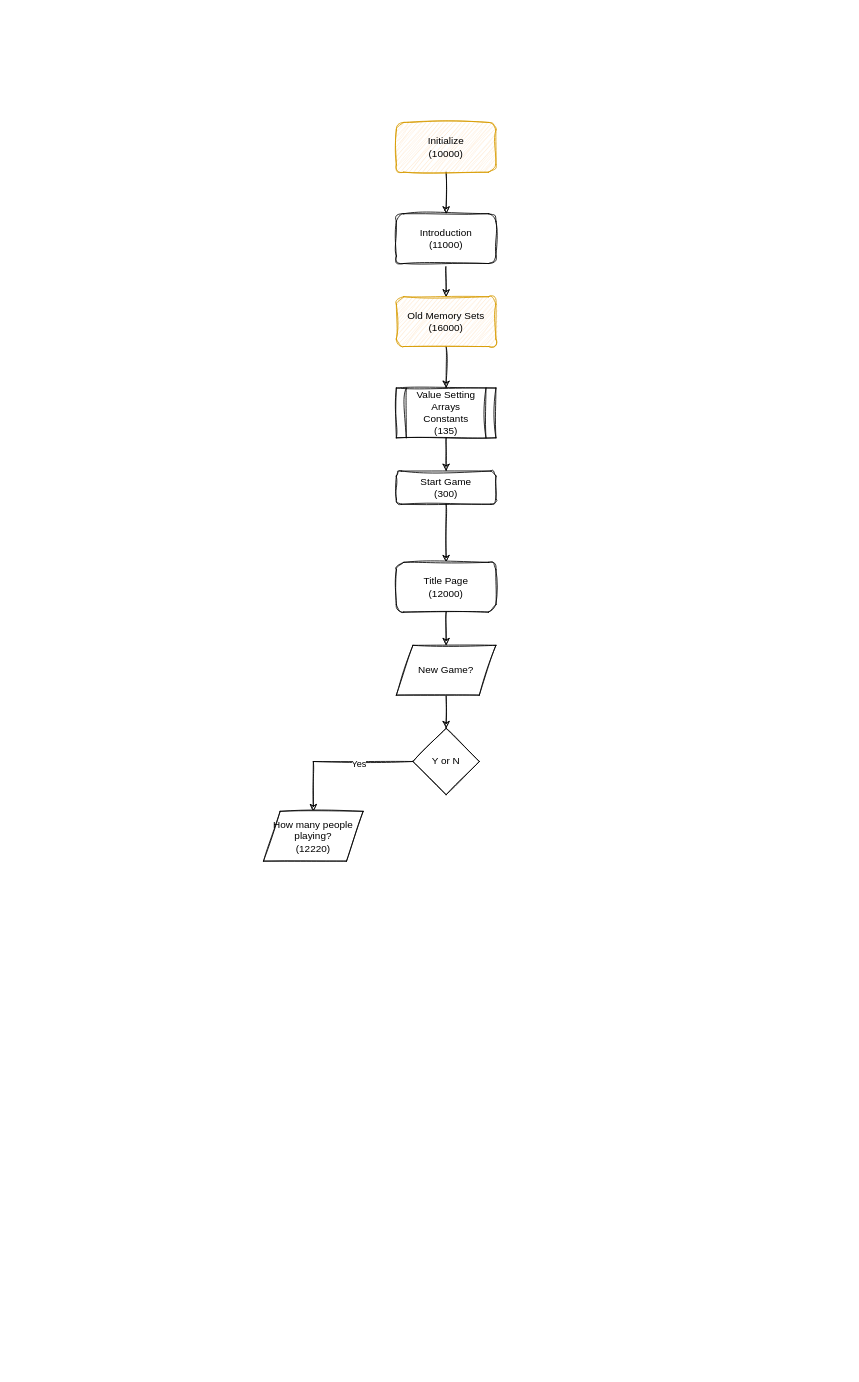
The draw.io diagram Lemonade Stand.drawio in sansoo1972/lemonadePort, before the edit. Source tidied: cells renumbered, new cells numbered last; positions are measured from the earlier drawing's top-left corner, leaving out a move shared by most shapes. Both pictures are drawn from the tidied source at 83%, with x=0, y=0 at pixel (263, 122).
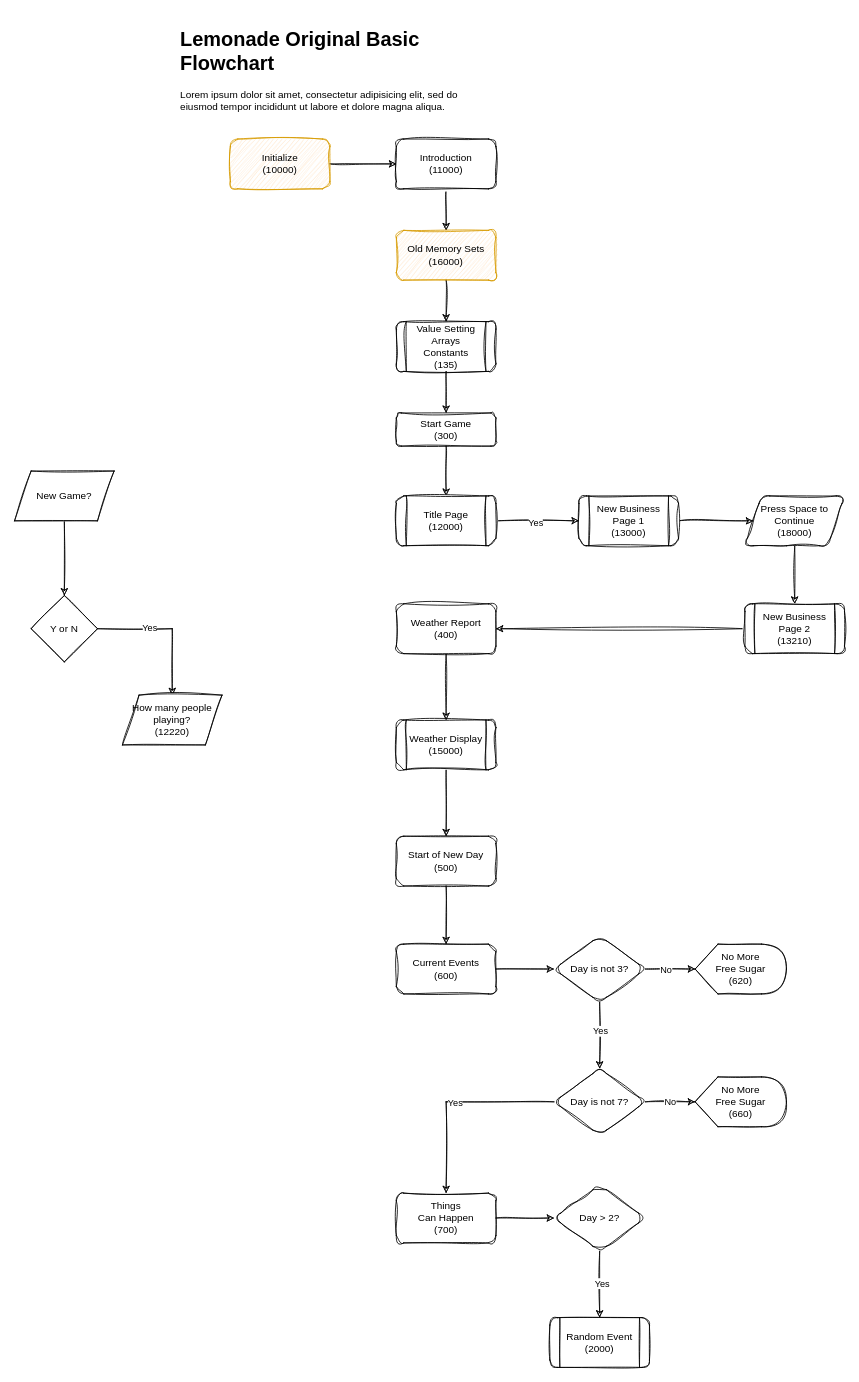
Above is the later version.

Commit message:
Updted flowchart

Change to the diagram source:
```diff
@@
     <mxCell id="3" value="Start Game&lt;br&gt;(300)" style="rounded=1;whiteSpace=wrap;html=1;fontSize=12;glass=0;strokeWidth=1;shadow=0;fontFamily=Ink Free;sketch=1;curveFitting=1;jiggle=2;" parent="1" vertex="1">
-      <mxGeometry x="160" y="420" width="120" height="40" as="geometry" />
+      <mxGeometry x="160" y="350" width="120" height="40" as="geometry" />
     </mxCell>
@@
-    <mxCell id="5" value="Value Setting&lt;br&gt;Arrays&lt;br&gt;Constants&lt;br&gt;(135)" style="shape=process;whiteSpace=wrap;html=1;backgroundOutline=1;fontFamily=Ink Free;sketch=1;curveFitting=1;jiggle=2;" parent="1" vertex="1">
-      <mxGeometry x="160" y="320" width="120" height="60" as="geometry" />
+    <mxCell id="5" value="Value Setting&lt;br&gt;Arrays&lt;br&gt;Constants&lt;br&gt;(135)" style="shape=process;whiteSpace=wrap;html=1;backgroundOutline=1;fontFamily=Ink Free;sketch=1;curveFitting=1;jiggle=2;rounded=1;" parent="1" vertex="1">
+      <mxGeometry x="160" y="240" width="120" height="60" as="geometry" />
     </mxCell>
@@
     <mxCell id="7" value="Initialize&lt;br&gt;(10000)" style="rounded=1;whiteSpace=wrap;html=1;fontFamily=Ink Free;fillColor=#ffe6cc;strokeColor=#d79b00;sketch=1;curveFitting=1;jiggle=2;" parent="1" vertex="1">
-      <mxGeometry x="160" width="120" height="60" as="geometry" />
+      <mxGeometry x="-40" y="20" width="120" height="60" as="geometry" />
     </mxCell>
@@
     <mxCell id="9" value="Introduction&lt;br&gt;(11000)" style="rounded=1;whiteSpace=wrap;html=1;fontFamily=Ink Free;sketch=1;curveFitting=1;jiggle=2;" parent="1" vertex="1">
-      <mxGeometry x="160" y="110" width="120" height="60" as="geometry" />
+      <mxGeometry x="160" y="20" width="120" height="60" as="geometry" />
     </mxCell>
@@
     <mxCell id="11" value="Old Memory Sets&lt;br&gt;(16000)" style="rounded=1;whiteSpace=wrap;html=1;fontFamily=Ink Free;fillColor=#ffe6cc;strokeColor=#d79b00;sketch=1;curveFitting=1;jiggle=2;" parent="1" vertex="1">
-      <mxGeometry x="160" y="210" width="120" height="60" as="geometry" />
+      <mxGeometry x="160" y="130" width="120" height="60" as="geometry" />
     </mxCell>
-    <mxCell id="12" style="edgeStyle=orthogonalEdgeStyle;rounded=0;sketch=1;jettySize=auto;html=1;fontFamily=Ink Free;" parent="1" edge="1" source="13" target="15">
-      <mxGeometry relative="1" as="geometry" />
-    </mxCell>
-    <mxCell id="13" value="Title Page&lt;br&gt;(12000)" style="whiteSpace=wrap;html=1;fontFamily=Ink Free;rounded=1;glass=0;strokeWidth=1;shadow=0;sketch=1;curveFitting=1;jiggle=2;" parent="1" vertex="1">
-      <mxGeometry x="160" y="530" width="120" height="60" as="geometry" />
-    </mxCell>
@@
     <mxCell id="15" value="New Game?" style="shape=parallelogram;perimeter=parallelogramPerimeter;whiteSpace=wrap;html=1;fixedSize=1;sketch=1;fontFamily=Ink Free;" parent="1" vertex="1">
-      <mxGeometry x="160" y="630" width="120" height="60" as="geometry" />
+      <mxGeometry x="-300" y="420" width="120" height="60" as="geometry" />
     </mxCell>
@@
     <mxCell id="18" value="Y or N" style="rhombus;whiteSpace=wrap;html=1;sketch=1;fontFamily=Ink Free;" parent="1" vertex="1">
-      <mxGeometry x="180" y="730" width="80" height="80" as="geometry" />
+      <mxGeometry x="-280" y="570" width="80" height="80" as="geometry" />
     </mxCell>
-    <mxCell id="19" value="How many people playing?&lt;br&gt;(12220)" style="shape=parallelogram;perimeter=parallelogramPerimeter;whiteSpace=wrap;html=1;fixedSize=1;sketch=1;fontFamily=Ink Free;" parent="1" vertex="1">
-      <mxGeometry y="830" width="120" height="60" as="geometry" />
+    <mxCell id="19" value="How many people playing?&lt;br&gt;(12220)" style="shape=parallelogram;perimeter=parallelogramPerimeter;whiteSpace=wrap;html=1;fixedSize=1;sketch=1;fontFamily=Ink Free;curveFitting=1;jiggle=2;" parent="1" vertex="1">
+      <mxGeometry x="-170" y="690" width="120" height="60" as="geometry" />
     </mxCell>
+    <mxCell id="20" style="edgeStyle=orthogonalEdgeStyle;rounded=0;jettySize=auto;html=1;fontFamily=Ink Free;sketch=1;curveFitting=1;jiggle=2;" parent="1" edge="1" source="22" target="26">
+      <mxGeometry relative="1" as="geometry" />
+    </mxCell>
+    <mxCell id="21" value="&lt;h1&gt;&lt;font&gt;Lemonade Original Basic Flowchart&lt;/font&gt;&lt;/h1&gt;&lt;p&gt;&lt;font&gt;Lorem ipsum dolor sit amet, consectetur adipisicing elit, sed do eiusmod tempor incididunt ut labore et dolore magna aliqua.&lt;/font&gt;&lt;/p&gt;" style="text;html=1;strokeColor=none;fillColor=none;spacing=5;spacingTop=-20;whiteSpace=wrap;overflow=hidden;rounded=0;fontFamily=Ink Free;" parent="1" vertex="1">
+      <mxGeometry x="-105" y="-120" width="365" height="120" as="geometry" />
+    </mxCell>
+    <mxCell id="22" value="New Business&lt;br style=&quot;&quot;&gt;&lt;span style=&quot;&quot;&gt;Page 1&lt;br&gt;(13000)&lt;/span&gt;" style="shape=process;whiteSpace=wrap;html=1;backgroundOutline=1;rounded=1;fontFamily=Ink Free;sketch=1;curveFitting=1;jiggle=2;" parent="1" vertex="1">
+      <mxGeometry x="380" y="450" width="120" height="60" as="geometry" />
+    </mxCell>
+    <mxCell id="23" style="edgeStyle=orthogonalEdgeStyle;rounded=0;sketch=1;jettySize=auto;html=1;fontFamily=Ink Free;" parent="1" edge="1" source="13" target="22">
+      <mxGeometry relative="1" as="geometry" />
+    </mxCell>
+    <mxCell id="24" value="Yes" style="edgeLabel;html=1;align=center;verticalAlign=middle;fontFamily=Ink Free;" parent="23" vertex="1">
+      <mxGeometry x="-0.06" y="-2" relative="1" as="geometry" />
+    </mxCell>
+    <mxCell id="13" value="Title Page&lt;br&gt;(12000)" style="shape=process;whiteSpace=wrap;html=1;backgroundOutline=1;rounded=1;fontFamily=Ink Free;sketch=1;curveFitting=1;jiggle=2;" parent="1" vertex="1">
+      <mxGeometry x="160" y="450" width="120" height="60" as="geometry" />
+    </mxCell>
+    <mxCell id="25" style="edgeStyle=orthogonalEdgeStyle;rounded=0;sketch=1;jettySize=auto;html=1;fontFamily=Ink Free;" parent="1" edge="1" source="26" target="28">
+      <mxGeometry relative="1" as="geometry" />
+    </mxCell>
+    <mxCell id="26" value="Press Space to Continue&lt;br&gt;(18000)" style="shape=parallelogram;perimeter=parallelogramPerimeter;whiteSpace=wrap;html=1;fixedSize=1;rounded=1;fontFamily=Ink Free;sketch=1;curveFitting=1;jiggle=2;" parent="1" vertex="1">
+      <mxGeometry x="580" y="450" width="120" height="60" as="geometry" />
+    </mxCell>
+    <mxCell id="27" style="edgeStyle=orthogonalEdgeStyle;rounded=0;sketch=1;jettySize=auto;html=1;fontFamily=Ink Free;" parent="1" edge="1" source="28" target="34">
+      <mxGeometry relative="1" as="geometry" />
+    </mxCell>
+    <mxCell id="28" value="New Business&lt;br style=&quot;&quot;&gt;&lt;span style=&quot;&quot;&gt;Page 2&lt;br&gt;(13210)&lt;/span&gt;" style="shape=process;whiteSpace=wrap;html=1;backgroundOutline=1;rounded=1;fontFamily=Ink Free;sketch=1;curveFitting=1;jiggle=2;" parent="1" vertex="1">
+      <mxGeometry x="580" y="580" width="120" height="60" as="geometry" />
+    </mxCell>
+    <mxCell id="29" style="edgeStyle=orthogonalEdgeStyle;rounded=0;sketch=1;jettySize=auto;html=1;fontFamily=Ink Free;" parent="1" edge="1" source="30" target="32">
+      <mxGeometry relative="1" as="geometry" />
+    </mxCell>
+    <mxCell id="30" value="&lt;span style=&quot;&quot;&gt;Weather Display&lt;br&gt;(15000)&lt;/span&gt;" style="shape=process;whiteSpace=wrap;html=1;backgroundOutline=1;rounded=1;fontFamily=Ink Free;sketch=1;curveFitting=1;jiggle=2;" parent="1" vertex="1">
+      <mxGeometry x="160" y="720" width="120" height="60" as="geometry" />
+    </mxCell>
+    <mxCell id="31" style="edgeStyle=orthogonalEdgeStyle;rounded=0;sketch=1;jettySize=auto;html=1;fontFamily=Ink Free;" parent="1" edge="1" source="32" target="38">
+      <mxGeometry relative="1" as="geometry" />
+    </mxCell>
+    <mxCell id="32" value="Start of New Day&lt;br&gt;(500)" style="whiteSpace=wrap;html=1;fontFamily=Ink Free;rounded=1;sketch=1;curveFitting=1;jiggle=2;" parent="1" vertex="1">
+      <mxGeometry x="160" y="860" width="120" height="60" as="geometry" />
+    </mxCell>
+    <mxCell id="33" style="edgeStyle=orthogonalEdgeStyle;rounded=0;sketch=1;jettySize=auto;html=1;fontFamily=Ink Free;" parent="1" edge="1" source="34" target="30">
+      <mxGeometry relative="1" as="geometry" />
+    </mxCell>
+    <mxCell id="34" value="Weather Report&lt;br&gt;(400)" style="whiteSpace=wrap;html=1;fontFamily=Ink Free;rounded=1;sketch=1;curveFitting=1;jiggle=2;" parent="1" vertex="1">
+      <mxGeometry x="160" y="580" width="120" height="60" as="geometry" />
+    </mxCell>
+    <mxCell id="35" style="edgeStyle=orthogonalEdgeStyle;rounded=0;sketch=1;jettySize=auto;html=1;fontFamily=Ink Free;" parent="1" edge="1" source="42" target="39">
+      <mxGeometry relative="1" as="geometry" />
+    </mxCell>
+    <mxCell id="36" value="No" style="edgeLabel;html=1;align=center;verticalAlign=middle;fontFamily=Ink Free;" parent="35" vertex="1">
+      <mxGeometry x="-0.2" relative="1" as="geometry" />
+    </mxCell>
+    <mxCell id="37" style="edgeStyle=orthogonalEdgeStyle;rounded=0;sketch=1;jettySize=auto;html=1;fontFamily=Ink Free;" parent="1" edge="1" source="38" target="42">
+      <mxGeometry relative="1" as="geometry" />
+    </mxCell>
+    <mxCell id="38" value="Current Events&lt;br&gt;(600)" style="whiteSpace=wrap;html=1;fontFamily=Ink Free;rounded=1;sketch=1;curveFitting=1;jiggle=2;" parent="1" vertex="1">
+      <mxGeometry x="160" y="990" width="120" height="60" as="geometry" />
+    </mxCell>
+    <mxCell id="39" value="No More&lt;br&gt;Free Sugar&lt;br&gt;(620)" style="shape=display;whiteSpace=wrap;html=1;rounded=1;sketch=1;fontFamily=Ink Free;" parent="1" vertex="1">
+      <mxGeometry x="520" y="990" width="110" height="60" as="geometry" />
+    </mxCell>
+    <mxCell id="40" style="edgeStyle=orthogonalEdgeStyle;rounded=0;sketch=1;jettySize=auto;html=1;fontFamily=Ink Free;" parent="1" edge="1" source="42" target="46">
+      <mxGeometry relative="1" as="geometry" />
+    </mxCell>
+    <mxCell id="41" value="Yes" style="edgeLabel;html=1;align=center;verticalAlign=middle;fontFamily=Ink Free;" parent="40" vertex="1">
+      <mxGeometry x="-0.15" relative="1" as="geometry" />
+    </mxCell>
+    <mxCell id="42" value="Day is not 3?" style="rhombus;whiteSpace=wrap;html=1;fontFamily=Ink Free;rounded=1;sketch=1;curveFitting=1;jiggle=2;" parent="1" vertex="1">
+      <mxGeometry x="350" y="980" width="110" height="80" as="geometry" />
+    </mxCell>
+    <mxCell id="43" value="No" style="edgeStyle=orthogonalEdgeStyle;rounded=0;sketch=1;jettySize=auto;html=1;fontFamily=Ink Free;" parent="1" edge="1" source="46" target="47">
+      <mxGeometry relative="1" as="geometry" />
+    </mxCell>
+    <mxCell id="44" style="edgeStyle=orthogonalEdgeStyle;rounded=0;sketch=1;jettySize=auto;html=1;fontFamily=Ink Free;" parent="1" edge="1" source="46" target="49">
+      <mxGeometry relative="1" as="geometry" />
+    </mxCell>
+    <mxCell id="45" value="Yes" style="edgeLabel;html=1;align=center;verticalAlign=middle;fontFamily=Ink Free;" parent="44" vertex="1">
+      <mxGeometry y="1" relative="1" as="geometry" />
+    </mxCell>
+    <mxCell id="46" value="Day is not 7?" style="rhombus;whiteSpace=wrap;html=1;fontFamily=Ink Free;rounded=1;sketch=1;curveFitting=1;jiggle=2;" parent="1" vertex="1">
+      <mxGeometry x="350" y="1140" width="110" height="80" as="geometry" />
+    </mxCell>
+    <mxCell id="47" value="No More&lt;br&gt;Free Sugar&lt;br&gt;(660)" style="shape=display;whiteSpace=wrap;html=1;rounded=1;sketch=1;fontFamily=Ink Free;" parent="1" vertex="1">
+      <mxGeometry x="520" y="1150" width="110" height="60" as="geometry" />
+    </mxCell>
+    <mxCell id="48" style="edgeStyle=orthogonalEdgeStyle;rounded=0;sketch=1;jettySize=auto;html=1;fontFamily=Ink Free;" parent="1" edge="1" source="49" target="52">
+      <mxGeometry relative="1" as="geometry" />
+    </mxCell>
+    <mxCell id="49" value="Things&lt;br&gt;Can Happen&lt;br&gt;(700)" style="whiteSpace=wrap;html=1;fontFamily=Ink Free;rounded=1;sketch=1;curveFitting=1;jiggle=2;" parent="1" vertex="1">
+      <mxGeometry x="160" y="1290" width="120" height="60" as="geometry" />
+    </mxCell>
+    <mxCell id="50" style="edgeStyle=orthogonalEdgeStyle;rounded=0;sketch=1;jettySize=auto;html=1;fontFamily=Ink Free;" parent="1" edge="1" source="52" target="53">
+      <mxGeometry relative="1" as="geometry" />
+    </mxCell>
+    <mxCell id="51" value="Yes" style="edgeLabel;html=1;align=center;verticalAlign=middle;fontFamily=Ink Free;" parent="50" vertex="1">
+      <mxGeometry x="-0.05" y="2" relative="1" as="geometry" />
+    </mxCell>
+    <mxCell id="52" value="Day &amp;gt; 2?" style="rhombus;whiteSpace=wrap;html=1;fontFamily=Ink Free;rounded=1;sketch=1;curveFitting=1;jiggle=2;" parent="1" vertex="1">
+      <mxGeometry x="350" y="1280" width="110" height="80" as="geometry" />
+    </mxCell>
+    <mxCell id="53" value="Random Event&lt;br&gt;(2000)" style="shape=process;whiteSpace=wrap;html=1;backgroundOutline=1;rounded=1;sketch=1;fontFamily=Ink Free;" parent="1" vertex="1">
+      <mxGeometry x="345" y="1440" width="120" height="60" as="geometry" />
+    </mxCell>
```
